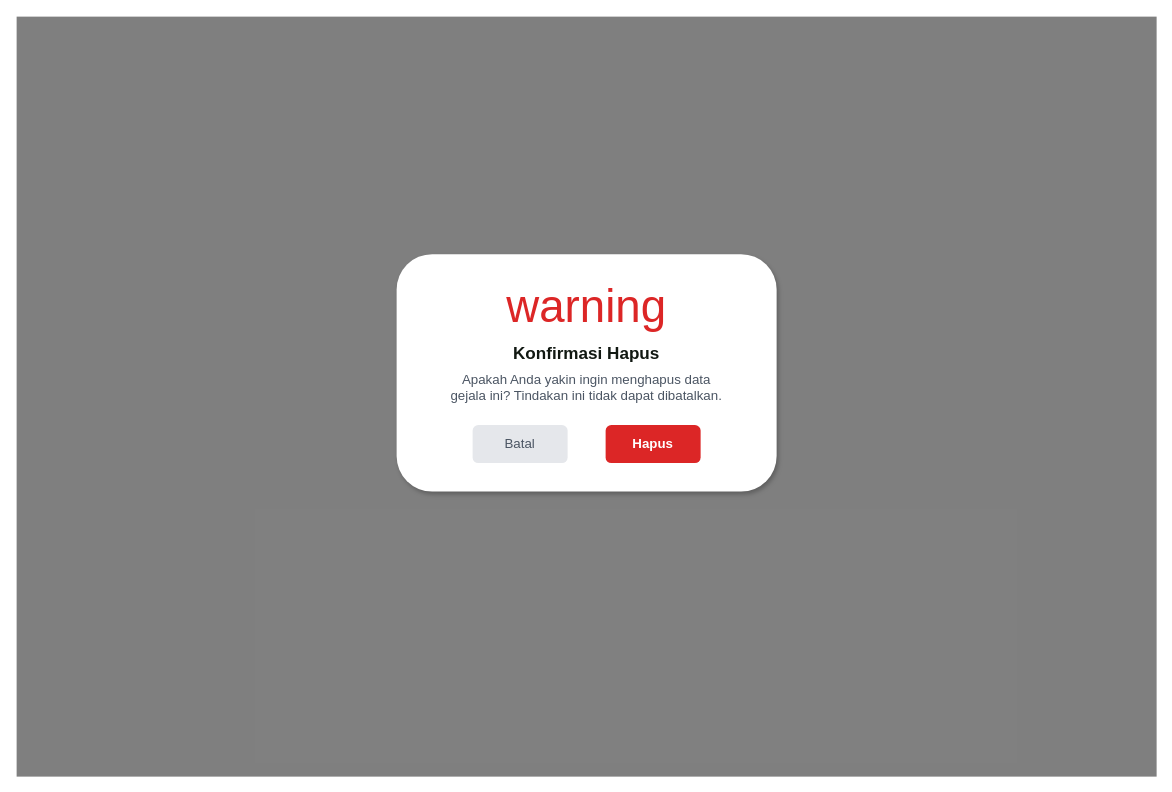
The draw.io diagram diagram/desain/admin-hapus-gejala.drawio in RajaSunrise/kangkungku, before the edit. Source tidied: cells renumbered, new cells numbered last; positions are measured from the earlier drawing's top-left corner, leaving out a move shared by most shapes. Both pictures are drawn from the tidied source at 95%, with x=0, y=0 at pixel (16, 16).
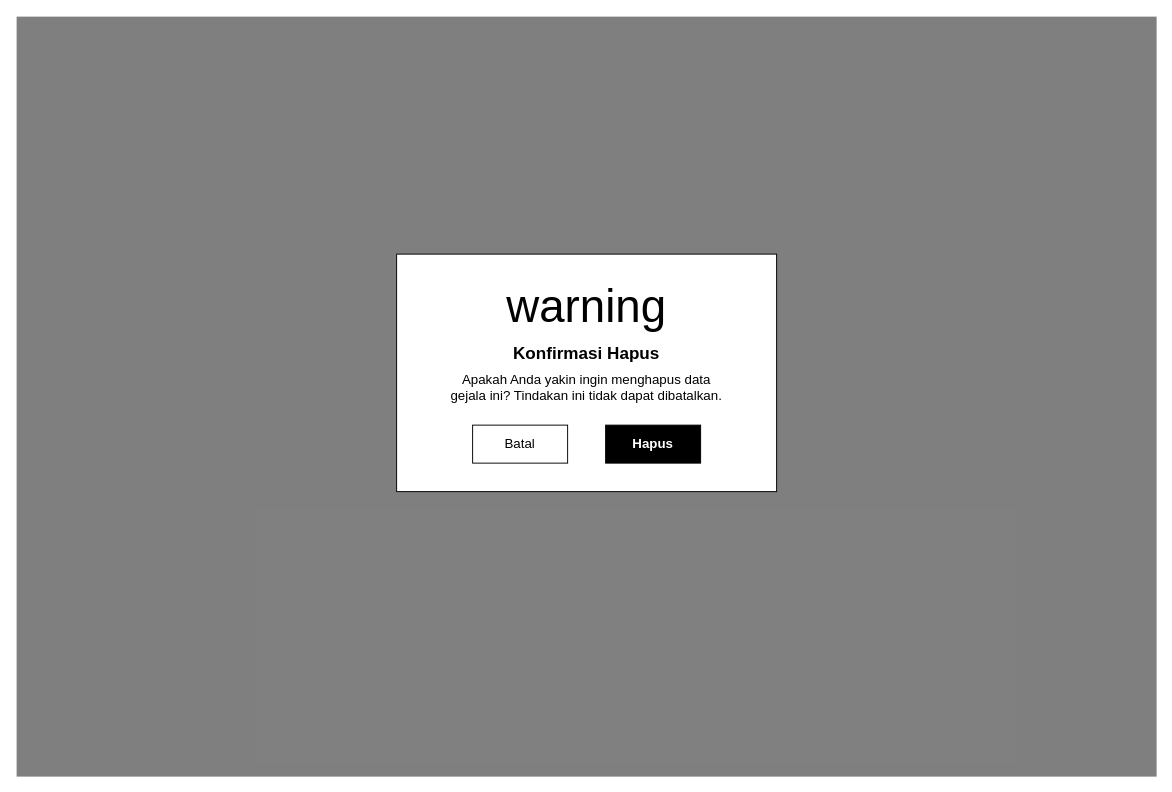
After the change.

Change to the diagram source:
```diff
@@
 <mxGraphModel>
   <root>
     <mxCell id="0" />
     <mxCell id="1" parent="0" />
     <mxCell id="2" style="rounded=0;whiteSpace=wrap;html=1;fillColor=#000000;fillOpacity=50;strokeColor=none;" parent="1" vertex="1">
       <mxGeometry width="1200" height="800" as="geometry" />
     </mxCell>
-    <mxCell id="3" style="rounded=1;whiteSpace=wrap;html=1;fillColor=#FFFFFF;strokeColor=none;shadow=1;" parent="1" vertex="1">
+    <mxCell id="3" style="rounded=0;whiteSpace=wrap;html=1;fillColor=#FFFFFF;strokeColor=#000000;" parent="1" vertex="1">
       <mxGeometry x="400" y="250" width="400" height="250" as="geometry" />
     </mxCell>
-    <mxCell id="4" value="warning" style="text;html=1;strokeColor=none;fillColor=none;align=center;verticalAlign=middle;whiteSpace=wrap;rounded=0;fontColor=#DC2626;fontSize=48;fontFamily=Material Icons;" parent="1" vertex="1">
+    <mxCell id="4" value="warning" style="text;html=1;strokeColor=none;fillColor=none;align=center;verticalAlign=middle;whiteSpace=wrap;rounded=0;fontColor=#000000;fontSize=48;fontFamily=Material Icons;" parent="1" vertex="1">
       <mxGeometry x="575" y="280" width="50" height="50" as="geometry" />
     </mxCell>
-    <mxCell id="5" value="Konfirmasi Hapus" style="text;html=1;strokeColor=none;fillColor=none;align=center;verticalAlign=middle;whiteSpace=wrap;rounded=0;fontColor=#111812;fontSize=18;fontStyle=1;" parent="1" vertex="1">
+    <mxCell id="5" value="Konfirmasi Hapus" style="text;html=1;strokeColor=none;fillColor=none;align=center;verticalAlign=middle;whiteSpace=wrap;rounded=0;fontColor=#000000;fontSize=18;fontStyle=1;" parent="1" vertex="1">
       <mxGeometry x="450" y="340" width="300" height="30" as="geometry" />
     </mxCell>
-    <mxCell id="6" value="Apakah Anda yakin ingin menghapus data gejala ini? Tindakan ini tidak dapat dibatalkan." style="text;html=1;strokeColor=none;fillColor=none;align=center;verticalAlign=middle;whiteSpace=wrap;rounded=0;fontColor=#4B5563;fontSize=14;" parent="1" vertex="1">
+    <mxCell id="6" value="Apakah Anda yakin ingin menghapus data gejala ini? Tindakan ini tidak dapat dibatalkan." style="text;html=1;strokeColor=none;fillColor=none;align=center;verticalAlign=middle;whiteSpace=wrap;rounded=0;fontColor=#000000;fontSize=14;" parent="1" vertex="1">
       <mxGeometry x="450" y="370" width="300" height="40" as="geometry" />
     </mxCell>
-    <mxCell id="7" value="Batal" style="rounded=1;whiteSpace=wrap;html=1;fillColor=#E5E7EB;strokeColor=none;fontColor=#4B5563;fontSize=14;" parent="1" vertex="1">
+    <mxCell id="7" value="Batal" style="rounded=0;whiteSpace=wrap;html=1;fillColor=#FFFFFF;strokeColor=#000000;fontColor=#000000;fontSize=14;" parent="1" vertex="1">
       <mxGeometry x="480" y="430" width="100" height="40" as="geometry" />
     </mxCell>
-    <mxCell id="8" value="Hapus" style="rounded=1;whiteSpace=wrap;html=1;fillColor=#DC2626;strokeColor=none;fontColor=#FFFFFF;fontStyle=1;fontSize=14;" parent="1" vertex="1">
+    <mxCell id="8" value="Hapus" style="rounded=0;whiteSpace=wrap;html=1;fillColor=#000000;strokeColor=#000000;fontColor=#FFFFFF;fontStyle=1;fontSize=14;" parent="1" vertex="1">
       <mxGeometry x="620" y="430" width="100" height="40" as="geometry" />
     </mxCell>
   </root>
 </mxGraphModel>
```
